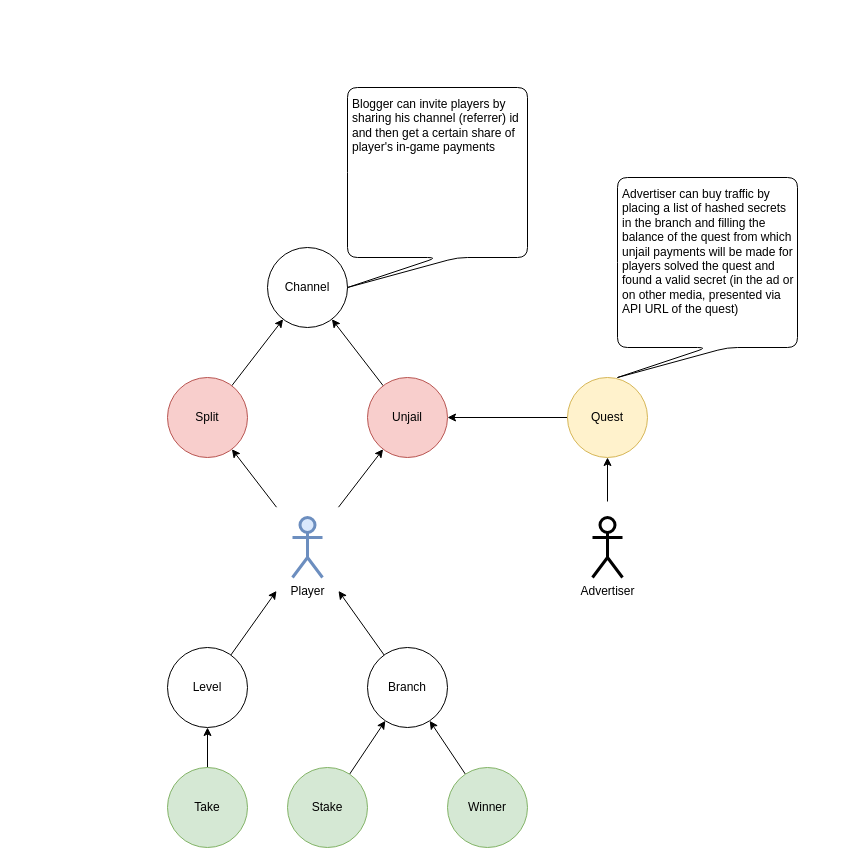
Earlier version of the draw.io diagram page "economics" (11 of 13) of ia/WOFFLER IA.drawio (cptn-solo/woffler_contract). Source tidied: cells renumbered, new cells numbered last; positions are measured from the earlier drawing's top-left corner, leaving out a move shared by most shapes. Both pictures are drawn from the tidied source at 100%, with x=0, y=0 at pixel (167, 87).
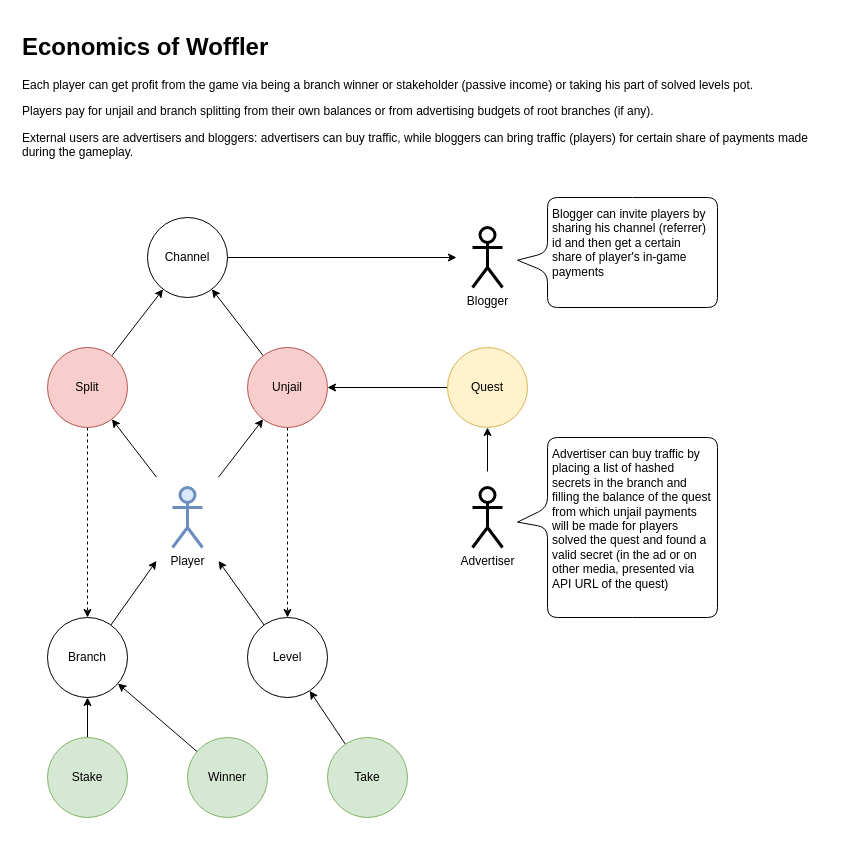
The same diagram, later.

Commit message (it also covers changes not shown here):
#11 Add referrer field to IA (players table) : economics diagram annotation added, plus minor fixes.

The edit, as a diff of the source:
```diff
@@
+    <mxCell id="26" style="edgeStyle=none;rounded=0;jettySize=auto;html=1;dashed=1;" parent="1" edge="1" source="3" target="9">
+      <mxGeometry relative="1" as="geometry" />
+    </mxCell>
     <mxCell id="3" value="Unjail" style="ellipse;whiteSpace=wrap;html=1;fillColor=#f8cecc;strokeColor=#b85450;" parent="1" vertex="1">
-      <mxGeometry x="200" y="290" width="80" height="80" as="geometry" />
+      <mxGeometry x="80" y="260" width="80" height="80" as="geometry" />
     </mxCell>
@@
+    <mxCell id="27" style="edgeStyle=none;rounded=0;jettySize=auto;html=1;dashed=1;" parent="1" edge="1" source="5" target="12">
+      <mxGeometry relative="1" as="geometry" />
+    </mxCell>
     <mxCell id="5" value="Split" style="ellipse;whiteSpace=wrap;html=1;fillColor=#f8cecc;strokeColor=#b85450;" parent="1" vertex="1">
-      <mxGeometry y="290" width="80" height="80" as="geometry" />
+      <mxGeometry x="-120" y="260" width="80" height="80" as="geometry" />
     </mxCell>
@@
     <mxCell id="7" value="Quest" style="ellipse;whiteSpace=wrap;html=1;fillColor=#fff2cc;strokeColor=#d6b656;" parent="1" vertex="1">
-      <mxGeometry x="400" y="290" width="80" height="80" as="geometry" />
+      <mxGeometry x="280" y="260" width="80" height="80" as="geometry" />
     </mxCell>
@@
     <mxCell id="9" value="Level" style="ellipse;whiteSpace=wrap;html=1;" parent="1" vertex="1">
-      <mxGeometry y="560" width="80" height="80" as="geometry" />
+      <mxGeometry x="80" y="530" width="80" height="80" as="geometry" />
     </mxCell>
+    <mxCell id="28" style="edgeStyle=none;rounded=0;jettySize=auto;html=1;" parent="1" edge="1" source="10" target="29">
+      <mxGeometry relative="1" as="geometry" />
+    </mxCell>
     <mxCell id="10" value="Channel" style="ellipse;whiteSpace=wrap;html=1;" parent="1" vertex="1">
-      <mxGeometry x="100" y="160" width="80" height="80" as="geometry" />
+      <mxGeometry x="-20" y="130" width="80" height="80" as="geometry" />
     </mxCell>
@@
     <mxCell id="12" value="Branch" style="ellipse;whiteSpace=wrap;html=1;" parent="1" vertex="1">
-      <mxGeometry x="200" y="560" width="80" height="80" as="geometry" />
+      <mxGeometry x="-120" y="530" width="80" height="80" as="geometry" />
     </mxCell>
@@
     <mxCell id="16" value="Player" style="shape=umlActor;verticalLabelPosition=bottom;labelBackgroundColor=#ffffff;verticalAlign=top;html=1;outlineConnect=0;labelPosition=center;align=center;perimeterSpacing=16;fillColor=#dae8fc;strokeColor=#6c8ebf;strokeWidth=3;" parent="1" vertex="1">
-      <mxGeometry x="125" y="430" width="30" height="60" as="geometry" />
+      <mxGeometry x="5" y="400" width="30" height="60" as="geometry" />
     </mxCell>
@@
     <mxCell id="18" value="Stake" style="ellipse;whiteSpace=wrap;html=1;fillColor=#d5e8d4;strokeColor=#82b366;" parent="1" vertex="1">
-      <mxGeometry x="120" y="680" width="80" height="80" as="geometry" />
+      <mxGeometry x="-120" y="650" width="80" height="80" as="geometry" />
     </mxCell>
@@
     <mxCell id="20" value="Winner" style="ellipse;whiteSpace=wrap;html=1;fillColor=#d5e8d4;strokeColor=#82b366;" parent="1" vertex="1">
-      <mxGeometry x="280" y="680" width="80" height="80" as="geometry" />
+      <mxGeometry x="20" y="650" width="80" height="80" as="geometry" />
     </mxCell>
@@
     <mxCell id="22" value="Take" style="ellipse;whiteSpace=wrap;html=1;fillColor=#d5e8d4;strokeColor=#82b366;" parent="1" vertex="1">
-      <mxGeometry y="680" width="80" height="80" as="geometry" />
+      <mxGeometry x="160" y="650" width="80" height="80" as="geometry" />
     </mxCell>
-    <mxCell id="23" value="Advertiser can buy traffic by placing a list of hashed secrets in the branch and filling the balance of the quest from which unjail payments will be made for players solved the quest and found a valid secret (in the ad or on other media, presented via API URL of the quest)" style="shape=callout;whiteSpace=wrap;html=1;perimeter=calloutPerimeter;strokeWidth=1;fontColor=#000000;rounded=1;position2=0;align=left;verticalAlign=top;spacing=5;" parent="1" vertex="1">
-      <mxGeometry x="450" y="90" width="180" height="200" as="geometry" />
+    <mxCell id="23" value="Advertiser can buy traffic by placing a list of hashed secrets in the branch and filling the balance of the quest from which unjail payments will be made for players solved the quest and found a valid secret (in the ad or on other media, presented via API URL of the quest)" style="shape=callout;whiteSpace=wrap;html=1;perimeter=calloutPerimeter;strokeWidth=1;fontColor=#000000;rounded=1;position2=0.53;align=left;verticalAlign=top;spacing=5;flipV=1;direction=south;" parent="1" vertex="1">
+      <mxGeometry x="350" y="350" width="200" height="180" as="geometry" />
     </mxCell>
-    <mxCell id="24" value="Blogger can invite players by sharing his channel (referrer) id and then get a certain share of player's in-game payments" style="shape=callout;whiteSpace=wrap;html=1;perimeter=calloutPerimeter;strokeWidth=1;fontColor=#000000;rounded=1;position2=0;align=left;verticalAlign=top;spacing=5;" parent="1" vertex="1">
-      <mxGeometry x="180" width="180" height="200" as="geometry" />
+    <mxCell id="24" value="Blogger can invite players by sharing his channel (referrer) id and then get a certain share of player's in-game payments" style="shape=callout;whiteSpace=wrap;html=1;perimeter=calloutPerimeter;strokeWidth=1;fontColor=#000000;rounded=1;position2=0.57;align=left;verticalAlign=top;spacing=5;direction=south;" parent="1" vertex="1">
+      <mxGeometry x="350" y="110" width="200" height="110" as="geometry" />
     </mxCell>
     <mxCell id="25" value="Advertiser" style="shape=umlActor;verticalLabelPosition=bottom;labelBackgroundColor=#ffffff;verticalAlign=top;html=1;outlineConnect=0;labelPosition=center;align=center;perimeterSpacing=16;strokeWidth=3;" parent="1" vertex="1">
-      <mxGeometry x="425" y="430" width="30" height="60" as="geometry" />
+      <mxGeometry x="305" y="400" width="30" height="60" as="geometry" />
     </mxCell>
+    <mxCell id="29" value="Blogger" style="shape=umlActor;verticalLabelPosition=bottom;labelBackgroundColor=#ffffff;verticalAlign=top;html=1;outlineConnect=0;labelPosition=center;align=center;perimeterSpacing=16;strokeWidth=3;" parent="1" vertex="1">
+      <mxGeometry x="305" y="140" width="30" height="60" as="geometry" />
+    </mxCell>
+    <mxCell id="30" value="&lt;h1&gt;Economics of Woffler&lt;/h1&gt;&lt;p&gt;Each player can get profit from the game via being a branch winner or stakeholder (passive income) or taking his part of solved levels pot.&lt;/p&gt;&lt;p&gt;Players pay for unjail and branch splitting from their own balances or from advertising budgets of root branches (if any).&lt;/p&gt;&lt;p&gt;External users are advertisers and bloggers: advertisers can buy traffic, while bloggers can bring traffic (players) for certain share of payments made during the gameplay.&lt;/p&gt;" style="text;html=1;strokeColor=none;fillColor=none;spacing=5;spacingTop=-20;whiteSpace=wrap;overflow=hidden;rounded=0;" parent="1" vertex="1">
+      <mxGeometry x="-150" y="-60" width="810" height="140" as="geometry" />
+    </mxCell>
```
